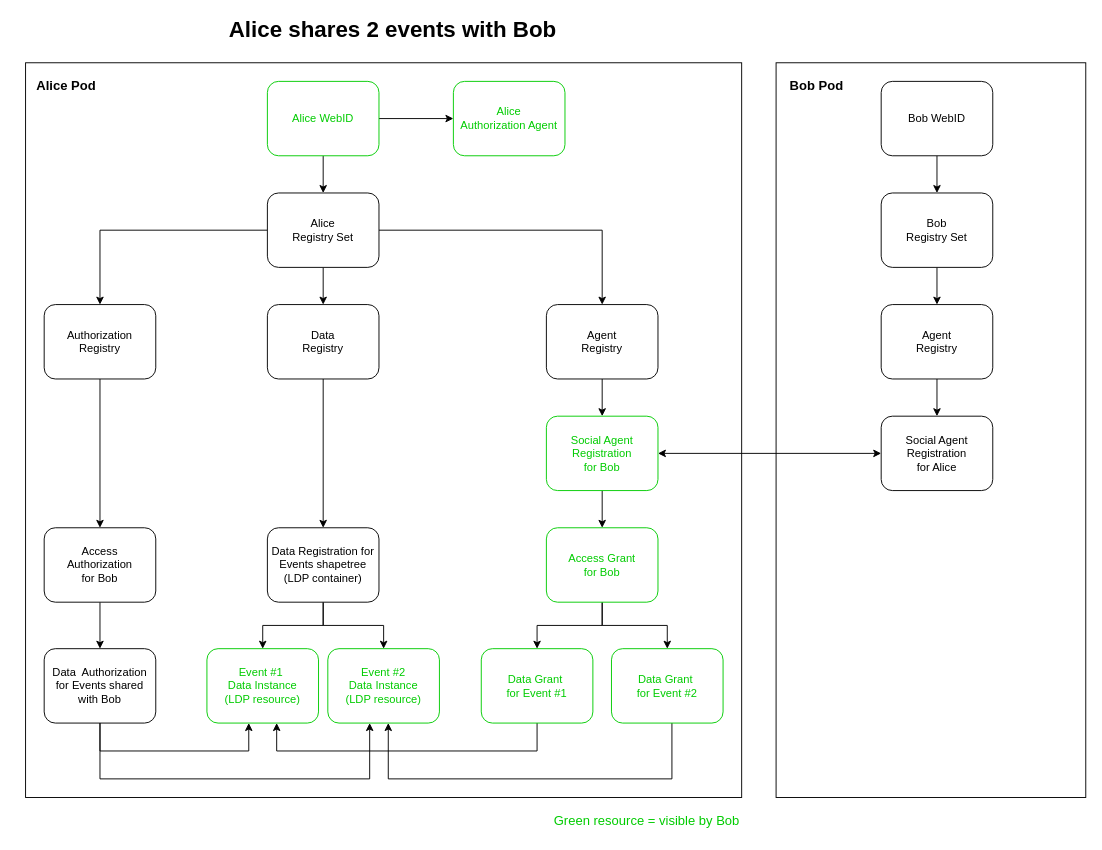
This is sai-users-data-sharing.drawio from activitypods/user-flows, a draw.io file, before an edit. Source tidied: cells renumbered, new cells numbered last; positions are measured from the earlier drawing's top-left corner, leaving out a move shared by most shapes. Both pictures are drawn from the tidied source at 93%, with x=0, y=0 at pixel (16, 16).
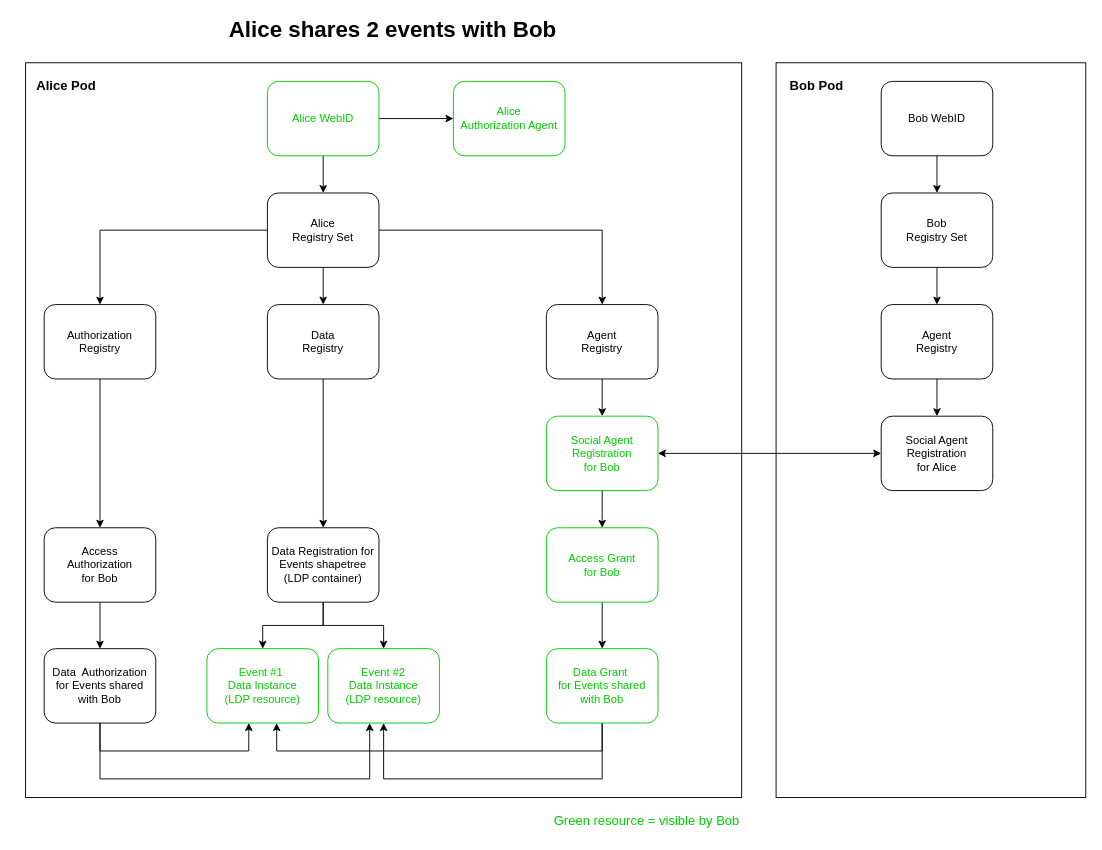
The same page after the edit.

Commit message:
Keep only one DataGrant

Unchanged cells that the change refers to:
```xml
<mxCell id="21" value="Access Grant&lt;br&gt;for Bob" style="rounded=1;whiteSpace=wrap;html=1;strokeColor=#00CC00;fontColor=#00CC00;" parent="1" vertex="1">
  <mxGeometry x="570" y="550" width="120" height="80" as="geometry" />
</mxCell>
<mxCell id="31" value="Event #1&amp;nbsp;&lt;br&gt;Data Instance&lt;br&gt;(LDP resource)" style="rounded=1;whiteSpace=wrap;html=1;strokeColor=#00CC00;fontColor=#00CC00;" parent="1" vertex="1">
  <mxGeometry x="205" y="680" width="120" height="80" as="geometry" />
</mxCell>
<mxCell id="32" value="Event #2&lt;br&gt;Data Instance&lt;br&gt;(LDP resource)" style="rounded=1;whiteSpace=wrap;html=1;strokeColor=#00CC00;fontColor=#00CC00;" parent="1" vertex="1">
  <mxGeometry x="335" y="680" width="120" height="80" as="geometry" />
</mxCell>
```

The edit, as a diff of the source:
```diff
@@
-    <mxCell id="20" style="edgeStyle=orthogonalEdgeStyle;rounded=0;jettySize=auto;html=1;" parent="1" edge="1" source="21" target="25">
-      <mxGeometry relative="1" as="geometry" />
-    </mxCell>
@@
     <mxCell id="22" style="edgeStyle=orthogonalEdgeStyle;rounded=0;jettySize=auto;html=1;" parent="1" edge="1" source="23" target="31">
       <mxGeometry relative="1" as="geometry">
         <Array as="points">
-          <mxPoint x="560" y="790" />
+          <mxPoint x="630" y="790" />
           <mxPoint x="280" y="790" />
         </Array>
       </mxGeometry>
     </mxCell>
+    <mxCell id="49" style="edgeStyle=orthogonalEdgeStyle;rounded=0;jettySize=auto;html=1;" parent="1" edge="1" source="23" target="32">
+      <mxGeometry relative="1" as="geometry">
+        <Array as="points">
+          <mxPoint x="630" y="820" />
+          <mxPoint x="395" y="820" />
+        </Array>
+      </mxGeometry>
+    </mxCell>
-    <mxCell id="23" value="Data Grant&amp;nbsp;&lt;br&gt;for Event #1" style="rounded=1;whiteSpace=wrap;html=1;strokeColor=#00CC00;fontColor=#00CC00;" parent="1" vertex="1">
-      <mxGeometry x="500" y="680" width="120" height="80" as="geometry" />
+    <mxCell id="23" value="Data Grant&amp;nbsp;&lt;br&gt;for Events shared with Bob" style="rounded=1;whiteSpace=wrap;html=1;strokeColor=#00CC00;fontColor=#00CC00;" parent="1" vertex="1">
+      <mxGeometry x="570" y="680" width="120" height="80" as="geometry" />
     </mxCell>
-    <mxCell id="24" style="edgeStyle=orthogonalEdgeStyle;rounded=0;orthogonalLoop=1;jettySize=auto;html=1;" parent="1" edge="1">
-      <mxGeometry relative="1" as="geometry">
-        <mxPoint x="705" y="760" as="sourcePoint" />
-        <mxPoint x="400" y="760" as="targetPoint" />
-        <Array as="points">
-          <mxPoint x="705" y="820" />
-          <mxPoint x="400" y="820" />
-        </Array>
-      </mxGeometry>
-    </mxCell>
-    <mxCell id="25" value="Data Grant&amp;nbsp;&lt;br&gt;for Event #2" style="rounded=1;whiteSpace=wrap;html=1;strokeColor=#00CC00;fontColor=#00CC00;" parent="1" vertex="1">
-      <mxGeometry x="640" y="680" width="120" height="80" as="geometry" />
-    </mxCell>
```
